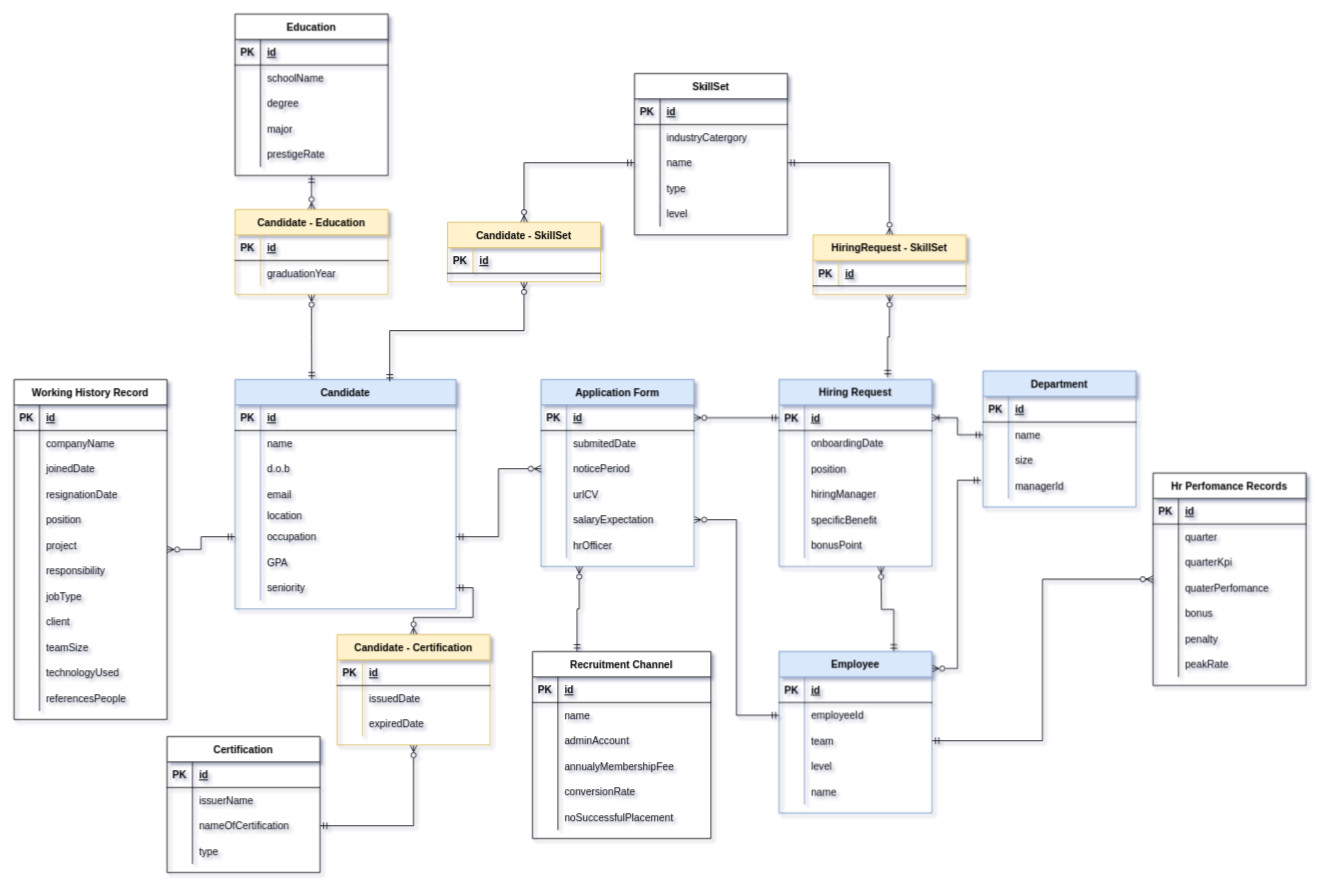
The draw.io diagram src/main/resources/erd/personal project2.drawio in Dino-000/peronalProject, before the edit. Source tidied: cells renumbered, new cells numbered last; positions are measured from the earlier drawing's top-left corner, leaving out a move shared by most shapes. Both pictures are drawn from the tidied source at 85%, with x=0, y=0 at pixel (14, 14).
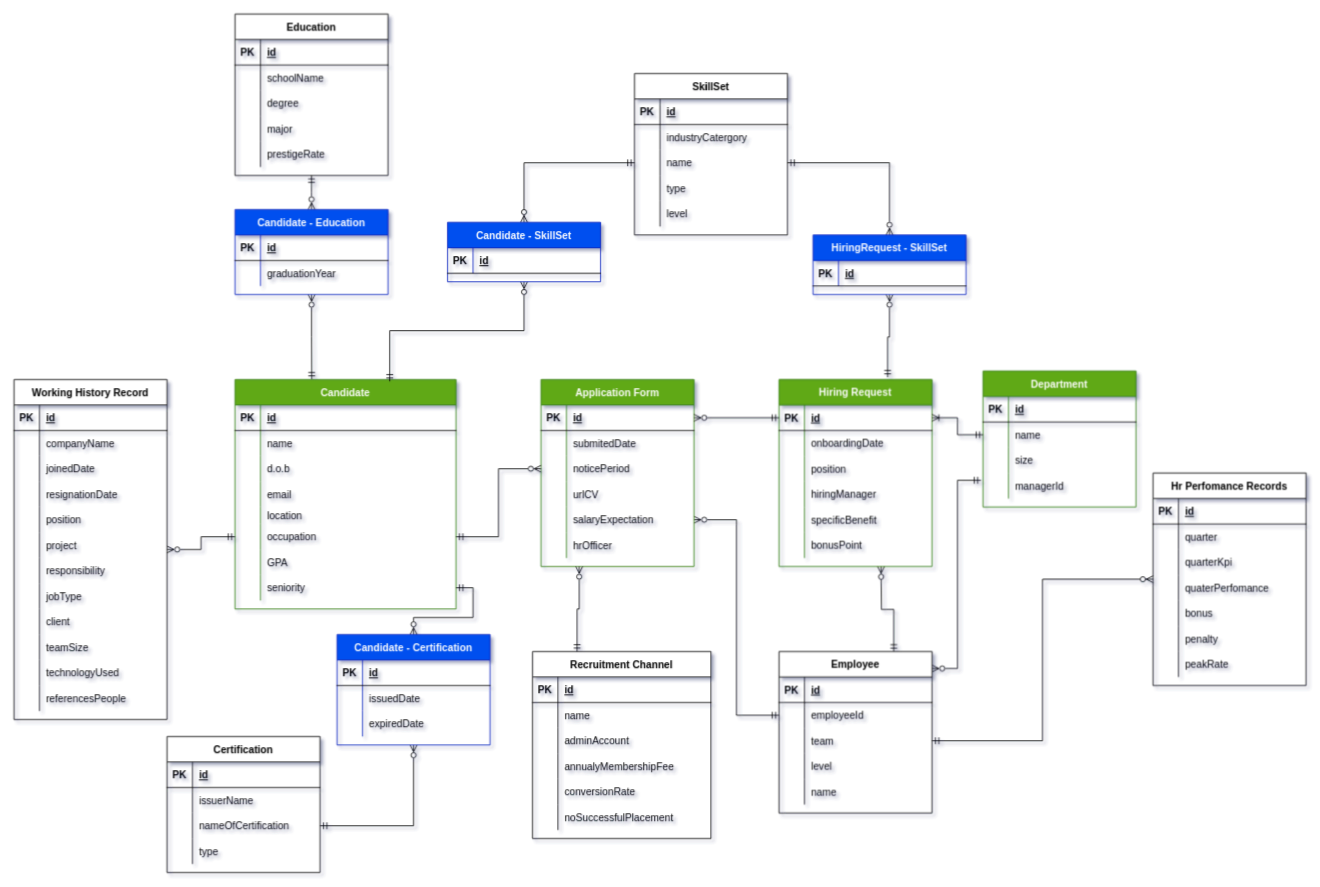
The same diagram, later.

Change to the diagram source:
```diff
@@
-    <mxCell id="2" value="Candidate" style="shape=table;startSize=30;childLayout=tableLayout;rowLines=0;fontStyle=1;align=center;fillColor=#dae8fc;strokeColor=#6c8ebf;" parent="1" vertex="1">
+    <mxCell id="2" value="Candidate" style="shape=table;startSize=30;childLayout=tableLayout;rowLines=0;fontStyle=1;align=center;fillColor=#60a917;fontColor=#ffffff;strokeColor=#2D7600;" parent="1" vertex="1">
       <mxGeometry x="260" y="430" width="260" height="270" as="geometry" />
     </mxCell>
@@
-    <mxCell id="66" value="Application Form" style="shape=table;startSize=30;childLayout=tableLayout;rowLines=0;fontStyle=1;align=center;fillColor=#dae8fc;strokeColor=#6c8ebf;" parent="1" vertex="1">
+    <mxCell id="66" value="Application Form" style="shape=table;startSize=30;childLayout=tableLayout;rowLines=0;fontStyle=1;align=center;fillColor=#60a917;strokeColor=#2D7600;fontColor=#ffffff;" parent="1" vertex="1">
       <mxGeometry x="620" y="430" width="180" height="220" as="geometry" />
     </mxCell>
@@
-    <mxCell id="87" value="Department" style="shape=table;startSize=30;childLayout=tableLayout;rowLines=0;fontStyle=1;align=center;fillColor=#dae8fc;strokeColor=#6c8ebf;" parent="1" vertex="1">
+    <mxCell id="87" value="Department" style="shape=table;startSize=30;childLayout=tableLayout;rowLines=0;fontStyle=1;align=center;fillColor=#60a917;strokeColor=#2D7600;fontColor=#ffffff;" parent="1" vertex="1">
       <mxGeometry x="1140" y="420" width="180" height="160" as="geometry" />
     </mxCell>
@@
-    <mxCell id="102" value="Hiring Request" style="shape=table;startSize=30;childLayout=tableLayout;rowLines=0;fontStyle=1;align=center;fillColor=#dae8fc;strokeColor=#6c8ebf;" parent="1" vertex="1">
+    <mxCell id="102" value="Hiring Request" style="shape=table;startSize=30;childLayout=tableLayout;rowLines=0;fontStyle=1;align=center;fillColor=#60a917;strokeColor=#2D7600;fontColor=#ffffff;" parent="1" vertex="1">
       <mxGeometry x="900" y="430" width="180" height="220" as="geometry" />
     </mxCell>
@@
-    <mxCell id="123" value="Employee" style="shape=table;startSize=30;childLayout=tableLayout;rowLines=0;fontStyle=1;align=center;fillColor=#dae8fc;strokeColor=#6c8ebf;" parent="1" vertex="1">
+    <mxCell id="123" value="Employee" style="shape=table;startSize=30;childLayout=tableLayout;rowLines=0;fontStyle=1;align=center;" parent="1" vertex="1">
       <mxGeometry x="900" y="750" width="180" height="190" as="geometry" />
     </mxCell>
@@
-    <mxCell id="232" value="Candidate - Certification" style="shape=table;startSize=30;childLayout=tableLayout;rowLines=0;fontStyle=1;align=center;fillColor=#fff2cc;strokeColor=#d6b656;" parent="1" vertex="1">
+    <mxCell id="232" value="Candidate - Certification" style="shape=table;startSize=30;childLayout=tableLayout;rowLines=0;fontStyle=1;align=center;fillColor=#0050ef;strokeColor=#001DBC;fontColor=#ffffff;" parent="1" vertex="1">
       <mxGeometry x="380" y="730" width="180" height="130" as="geometry" />
     </mxCell>
@@
-    <mxCell id="242" value="Candidate - Education" style="shape=table;startSize=30;childLayout=tableLayout;rowLines=0;fontStyle=1;align=center;fillColor=#fff2cc;strokeColor=#d6b656;" parent="1" vertex="1">
+    <mxCell id="242" value="Candidate - Education" style="shape=table;startSize=30;childLayout=tableLayout;rowLines=0;fontStyle=1;align=center;fillColor=#0050ef;strokeColor=#001DBC;fontColor=#ffffff;" parent="1" vertex="1">
       <mxGeometry x="260" y="230" width="180" height="100" as="geometry" />
     </mxCell>
@@
-    <mxCell id="251" value="Candidate - SkillSet" style="shape=table;startSize=30;childLayout=tableLayout;rowLines=0;fontStyle=1;align=center;fillColor=#fff2cc;strokeColor=#d6b656;" parent="1" vertex="1">
+    <mxCell id="251" value="Candidate - SkillSet" style="shape=table;startSize=30;childLayout=tableLayout;rowLines=0;fontStyle=1;align=center;fillColor=#0050ef;strokeColor=#001DBC;fontColor=#ffffff;" parent="1" vertex="1">
       <mxGeometry x="510" y="245" width="180" height="70" as="geometry" />
     </mxCell>
@@
-    <mxCell id="257" value="HiringRequest - SkillSet" style="shape=table;startSize=30;childLayout=tableLayout;rowLines=0;fontStyle=1;align=center;fillColor=#fff2cc;strokeColor=#d6b656;" parent="1" vertex="1">
+    <mxCell id="257" value="HiringRequest - SkillSet" style="shape=table;startSize=30;childLayout=tableLayout;rowLines=0;fontStyle=1;align=center;fillColor=#0050ef;strokeColor=#001DBC;fontColor=#ffffff;" parent="1" vertex="1">
       <mxGeometry x="940" y="260" width="180" height="70" as="geometry" />
     </mxCell>
```
